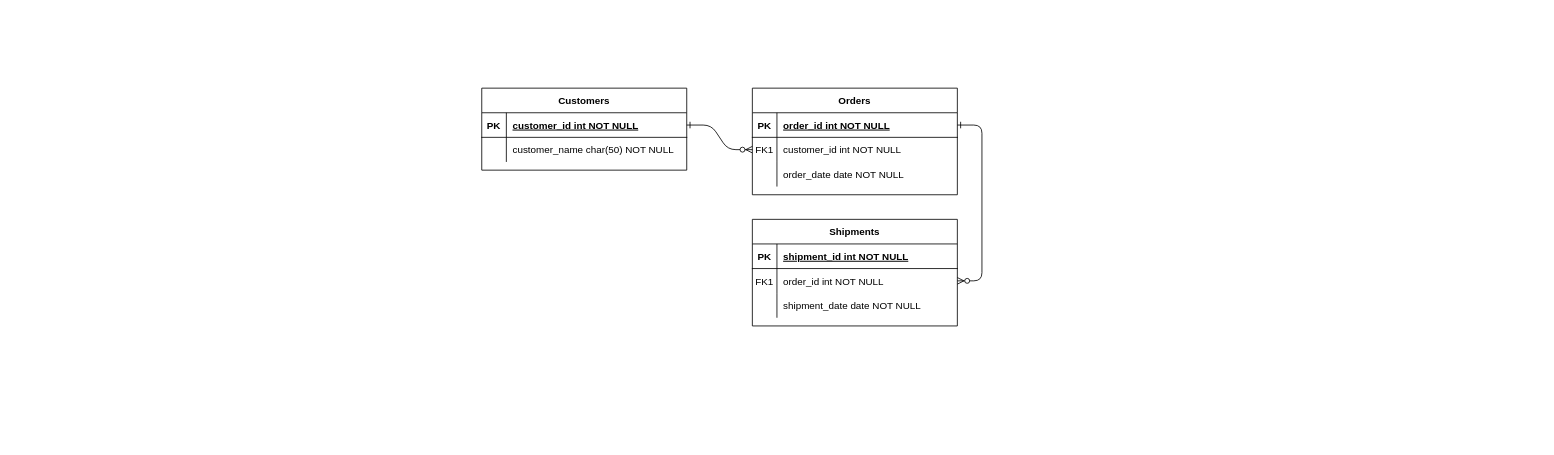
Above: get-aboard.drawio in webtaken/get-aboard (draw.io), before the change. Source tidied: cells renumbered, new cells numbered last; positions are measured from the earlier drawing's top-left corner, leaving out a move shared by most shapes. Both pictures are drawn from the tidied source at 82%, with x=0, y=0 at pixel (481, 88).
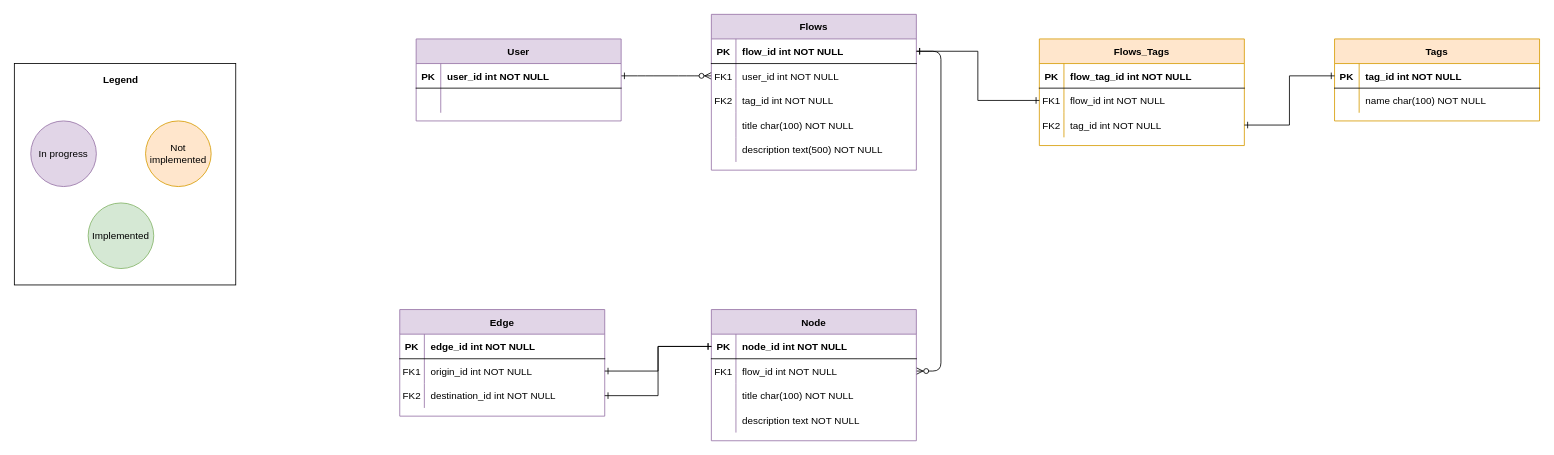
Above is the later version.

Unchanged cells that the change refers to:
```xml
<mxCell id="5" style="shape=partialRectangle;fillColor=none;points=[[0,0.5],[1,0.5]];portConstraint=eastwest;top=0;left=0;right=0;bottom=1;" parent="4" vertex="1">
  <mxGeometry y="30" width="250" height="30" as="geometry" />
</mxCell>
<mxCell id="8" style="shape=partialRectangle;fillColor=none;points=[[0,0.5],[1,0.5]];portConstraint=eastwest;top=0;left=0;right=0;bottom=0;" parent="4" vertex="1">
  <mxGeometry y="60" width="250" height="30" as="geometry" />
</mxCell>
<mxCell id="15" style="shape=partialRectangle;fillColor=none;points=[[0,0.5],[1,0.5]];portConstraint=eastwest;top=0;left=0;right=0;bottom=1;" parent="14" vertex="1">
  <mxGeometry y="30" width="250" height="30" as="geometry" />
</mxCell>
<mxCell id="18" style="shape=partialRectangle;fillColor=none;points=[[0,0.5],[1,0.5]];portConstraint=eastwest;top=0;left=0;right=0;bottom=0;" parent="14" vertex="1">
  <mxGeometry y="60" width="250" height="30" as="geometry" />
</mxCell>
<mxCell id="21" style="shape=partialRectangle;fillColor=none;top=0;left=0;right=0;bottom=0;" parent="14" vertex="1">
  <mxGeometry y="90" width="250" height="30" as="geometry" />
</mxCell>
<mxCell id="25" style="shape=partialRectangle;fillColor=none;points=[[0,0.5],[1,0.5]];portConstraint=eastwest;top=0;left=0;right=0;bottom=1;" parent="24" vertex="1">
  <mxGeometry y="30" width="250" height="30" as="geometry" />
</mxCell>
<mxCell id="28" style="shape=partialRectangle;fillColor=none;top=0;left=0;right=0;bottom=0;" parent="24" vertex="1">
  <mxGeometry y="60" width="250" height="30" as="geometry" />
</mxCell>
```

Diff of the diagram source:
```diff
@@
+    <mxCell id="31" style="rounded=0;whiteSpace=wrap;html=1;" parent="1" vertex="1">
+      <mxGeometry x="-570" y="-30" width="270" height="270" as="geometry" />
+    </mxCell>
@@
-    <mxCell id="4" value="Orders" style="shape=table;startSize=30;childLayout=tableLayout;rowLines=0;fontStyle=1;align=center;" parent="1" vertex="1">
-      <mxGeometry x="330" width="250" height="130" as="geometry" />
+    <mxCell id="4" value="Flows" style="shape=table;startSize=30;childLayout=tableLayout;rowLines=0;fontStyle=1;align=center;fillColor=#e1d5e7;strokeColor=#9673a6;" parent="1" vertex="1">
+      <mxGeometry x="280" y="-90" width="250" height="190" as="geometry" />
     </mxCell>
@@
-    <mxCell id="7" value="order_id int NOT NULL " style="shape=partialRectangle;overflow=hidden;fillColor=none;top=0;left=0;bottom=0;right=0;align=left;spacingLeft=6;fontStyle=5;" parent="5" vertex="1">
+    <mxCell id="7" value="flow_id int NOT NULL " style="shape=partialRectangle;overflow=hidden;fillColor=none;top=0;left=0;bottom=0;right=0;align=left;spacingLeft=6;fontStyle=1;" parent="5" vertex="1">
       <mxGeometry x="30" width="220" height="30" as="geometry" />
     </mxCell>
@@
-    <mxCell id="10" value="customer_id int NOT NULL" style="shape=partialRectangle;overflow=hidden;fillColor=none;top=0;left=0;bottom=0;right=0;align=left;spacingLeft=6;" parent="8" vertex="1">
+    <mxCell id="10" value="user_id int NOT NULL" style="shape=partialRectangle;overflow=hidden;fillColor=none;top=0;left=0;bottom=0;right=0;align=left;spacingLeft=6;" parent="8" vertex="1">
       <mxGeometry x="30" width="220" height="30" as="geometry" />
     </mxCell>
+    <mxCell id="32" style="shape=partialRectangle;fillColor=none;top=0;left=0;right=0;bottom=0;" parent="4" vertex="1">
+      <mxGeometry y="90" width="250" height="30" as="geometry" />
+    </mxCell>
+    <mxCell id="33" value="FK2" style="shape=partialRectangle;overflow=hidden;fillColor=none;top=0;left=0;bottom=0;right=0;" parent="32" vertex="1">
+      <mxGeometry width="30" height="30" as="geometry" />
+    </mxCell>
+    <mxCell id="34" value="tag_id int NOT NULL" style="shape=partialRectangle;overflow=hidden;fillColor=none;top=0;left=0;bottom=0;right=0;align=left;spacingLeft=6;" parent="32" vertex="1">
+      <mxGeometry x="30" width="220" height="30" as="geometry" />
+    </mxCell>
     <mxCell id="11" style="shape=partialRectangle;fillColor=none;top=0;left=0;right=0;bottom=0;" parent="4" vertex="1">
-      <mxGeometry y="90" width="250" height="30" as="geometry" />
+      <mxGeometry y="120" width="250" height="30" as="geometry" />
     </mxCell>
@@
-    <mxCell id="13" value="order_date date NOT NULL" style="shape=partialRectangle;overflow=hidden;fillColor=none;top=0;left=0;bottom=0;right=0;align=left;spacingLeft=6;" parent="11" vertex="1">
+    <mxCell id="13" value="title char(100) NOT NULL" style="shape=partialRectangle;overflow=hidden;fillColor=none;top=0;left=0;bottom=0;right=0;align=left;spacingLeft=6;" parent="11" vertex="1">
       <mxGeometry x="30" width="220" height="30" as="geometry" />
     </mxCell>
+    <mxCell id="35" style="shape=partialRectangle;fillColor=none;top=0;left=0;right=0;bottom=0;perimeterSpacing=2;" parent="4" vertex="1">
+      <mxGeometry y="150" width="250" height="30" as="geometry" />
+    </mxCell>
+    <mxCell id="36" style="shape=partialRectangle;overflow=hidden;fillColor=none;top=0;left=0;bottom=0;right=0;" parent="35" vertex="1">
+      <mxGeometry width="30" height="30" as="geometry" />
+    </mxCell>
+    <mxCell id="37" value="description text(500) NOT NULL" style="shape=partialRectangle;overflow=hidden;fillColor=none;top=0;left=0;bottom=0;right=0;align=left;spacingLeft=6;strokeWidth=3;" parent="35" vertex="1">
+      <mxGeometry x="30" width="220" height="30" as="geometry" />
+    </mxCell>
-    <mxCell id="14" value="Shipments" style="shape=table;startSize=30;childLayout=tableLayout;rowLines=0;fontStyle=1;align=center;" parent="1" vertex="1">
-      <mxGeometry x="330" y="160" width="250" height="130" as="geometry" />
+    <mxCell id="14" value="Node" style="shape=table;startSize=30;childLayout=tableLayout;rowLines=0;fontStyle=1;align=center;fillColor=#e1d5e7;strokeColor=#9673a6;" parent="1" vertex="1">
+      <mxGeometry x="280" y="270" width="250" height="160" as="geometry" />
     </mxCell>
@@
-    <mxCell id="17" value="shipment_id int NOT NULL " style="shape=partialRectangle;overflow=hidden;fillColor=none;top=0;left=0;bottom=0;right=0;align=left;spacingLeft=6;fontStyle=5;" parent="15" vertex="1">
+    <mxCell id="17" value="node_id int NOT NULL " style="shape=partialRectangle;overflow=hidden;fillColor=none;top=0;left=0;bottom=0;right=0;align=left;spacingLeft=6;fontStyle=1;" parent="15" vertex="1">
       <mxGeometry x="30" width="220" height="30" as="geometry" />
     </mxCell>
@@
-    <mxCell id="20" value="order_id int NOT NULL" style="shape=partialRectangle;overflow=hidden;fillColor=none;top=0;left=0;bottom=0;right=0;align=left;spacingLeft=6;" parent="18" vertex="1">
+    <mxCell id="20" value="flow_id int NOT NULL" style="shape=partialRectangle;overflow=hidden;fillColor=none;top=0;left=0;bottom=0;right=0;align=left;spacingLeft=6;" parent="18" vertex="1">
       <mxGeometry x="30" width="220" height="30" as="geometry" />
     </mxCell>
@@
-    <mxCell id="23" value="shipment_date date NOT NULL" style="shape=partialRectangle;overflow=hidden;fillColor=none;top=0;left=0;bottom=0;right=0;align=left;spacingLeft=6;" parent="21" vertex="1">
+    <mxCell id="23" value="title char(100) NOT NULL" style="shape=partialRectangle;overflow=hidden;fillColor=none;top=0;left=0;bottom=0;right=0;align=left;spacingLeft=6;" parent="21" vertex="1">
       <mxGeometry x="30" width="220" height="30" as="geometry" />
     </mxCell>
+    <mxCell id="38" style="shape=partialRectangle;fillColor=none;top=0;left=0;right=0;bottom=0;" parent="14" vertex="1">
+      <mxGeometry y="120" width="250" height="30" as="geometry" />
+    </mxCell>
+    <mxCell id="39" style="shape=partialRectangle;overflow=hidden;fillColor=none;top=0;left=0;bottom=0;right=0;" parent="38" vertex="1">
+      <mxGeometry width="30" height="30" as="geometry" />
+    </mxCell>
+    <mxCell id="40" value="description text NOT NULL" style="shape=partialRectangle;overflow=hidden;fillColor=none;top=0;left=0;bottom=0;right=0;align=left;spacingLeft=6;" parent="38" vertex="1">
+      <mxGeometry x="30" width="220" height="30" as="geometry" />
+    </mxCell>
-    <mxCell id="24" value="Customers" style="shape=table;startSize=30;childLayout=tableLayout;rowLines=0;fontStyle=1;align=center;" parent="1" vertex="1">
-      <mxGeometry width="250" height="100" as="geometry" />
+    <mxCell id="24" value="User" style="shape=table;startSize=30;childLayout=tableLayout;rowLines=0;fontStyle=1;align=center;fillColor=#e1d5e7;strokeColor=#9673a6;" parent="1" vertex="1">
+      <mxGeometry x="-80" y="-60" width="250" height="100" as="geometry" />
     </mxCell>
@@
-    <mxCell id="27" value="customer_id int NOT NULL " style="shape=partialRectangle;overflow=hidden;fillColor=none;top=0;left=0;bottom=0;right=0;align=left;spacingLeft=6;fontStyle=5;" parent="25" vertex="1">
+    <mxCell id="27" value="user_id int NOT NULL" style="shape=partialRectangle;overflow=hidden;fillColor=none;top=0;left=0;bottom=0;right=0;align=left;spacingLeft=6;fontStyle=1;" parent="25" vertex="1">
       <mxGeometry x="30" width="220" height="30" as="geometry" />
     </mxCell>
@@
-    <mxCell id="30" value="customer_name char(50) NOT NULL" style="shape=partialRectangle;overflow=hidden;fillColor=none;top=0;left=0;bottom=0;right=0;align=left;spacingLeft=6;" parent="28" vertex="1">
+    <mxCell id="30" style="shape=partialRectangle;overflow=hidden;fillColor=none;top=0;left=0;bottom=0;right=0;align=left;spacingLeft=6;" parent="28" vertex="1">
       <mxGeometry x="30" width="220" height="30" as="geometry" />
     </mxCell>
+    <mxCell id="41" value="Tags" style="shape=table;startSize=30;childLayout=tableLayout;rowLines=0;fontStyle=1;align=center;fillColor=#ffe6cc;strokeColor=#d79b00;" parent="1" vertex="1">
+      <mxGeometry x="1040" y="-60" width="250" height="100" as="geometry" />
+    </mxCell>
+    <mxCell id="42" style="shape=partialRectangle;fillColor=none;points=[[0,0.5],[1,0.5]];portConstraint=eastwest;top=0;left=0;right=0;bottom=1;" parent="41" vertex="1">
+      <mxGeometry y="30" width="250" height="30" as="geometry" />
+    </mxCell>
+    <mxCell id="43" value="PK" style="shape=partialRectangle;overflow=hidden;fillColor=none;top=0;left=0;bottom=0;right=0;fontStyle=1;" parent="42" vertex="1">
+      <mxGeometry width="30" height="30" as="geometry" />
+    </mxCell>
+    <mxCell id="44" value="tag_id int NOT NULL " style="shape=partialRectangle;overflow=hidden;fillColor=none;top=0;left=0;bottom=0;right=0;align=left;spacingLeft=6;fontStyle=1;" parent="42" vertex="1">
+      <mxGeometry x="30" width="220" height="30" as="geometry" />
+    </mxCell>
+    <mxCell id="45" style="shape=partialRectangle;fillColor=none;top=0;left=0;right=0;bottom=0;" parent="41" vertex="1">
+      <mxGeometry y="60" width="250" height="30" as="geometry" />
+    </mxCell>
+    <mxCell id="46" style="shape=partialRectangle;overflow=hidden;fillColor=none;top=0;left=0;bottom=0;right=0;" parent="45" vertex="1">
+      <mxGeometry width="30" height="30" as="geometry" />
+    </mxCell>
+    <mxCell id="47" value="name char(100) NOT NULL" style="shape=partialRectangle;overflow=hidden;fillColor=none;top=0;left=0;bottom=0;right=0;align=left;spacingLeft=6;" parent="45" vertex="1">
+      <mxGeometry x="30" width="220" height="30" as="geometry" />
+    </mxCell>
+    <mxCell id="48" value="Flows_Tags" style="shape=table;startSize=30;childLayout=tableLayout;rowLines=0;fontStyle=1;align=center;fillColor=#ffe6cc;strokeColor=#d79b00;" parent="1" vertex="1">
+      <mxGeometry x="680" y="-60" width="250" height="130" as="geometry" />
+    </mxCell>
+    <mxCell id="49" style="shape=partialRectangle;fillColor=none;top=0;left=0;right=0;bottom=1;" parent="48" vertex="1">
+      <mxGeometry y="30" width="250" height="30" as="geometry" />
+    </mxCell>
+    <mxCell id="50" value="PK" style="shape=partialRectangle;overflow=hidden;fillColor=none;top=0;left=0;bottom=0;right=0;fontStyle=1;" parent="49" vertex="1">
+      <mxGeometry width="30" height="30" as="geometry" />
+    </mxCell>
+    <mxCell id="51" value="flow_tag_id int NOT NULL " style="shape=partialRectangle;overflow=hidden;fillColor=none;top=0;left=0;bottom=0;right=0;align=left;spacingLeft=6;fontStyle=1;" parent="49" vertex="1">
+      <mxGeometry x="30" width="220" height="30" as="geometry" />
+    </mxCell>
+    <mxCell id="52" style="shape=partialRectangle;fillColor=none;points=[[0,0.5],[1,0.5]];portConstraint=eastwest;top=0;left=0;right=0;bottom=0;" parent="48" vertex="1">
+      <mxGeometry y="60" width="250" height="30" as="geometry" />
+    </mxCell>
+    <mxCell id="53" value="FK1" style="shape=partialRectangle;overflow=hidden;fillColor=none;top=0;left=0;bottom=0;right=0;" parent="52" vertex="1">
+      <mxGeometry width="30" height="30" as="geometry" />
+    </mxCell>
+    <mxCell id="54" value="flow_id int NOT NULL" style="shape=partialRectangle;overflow=hidden;fillColor=none;top=0;left=0;bottom=0;right=0;align=left;spacingLeft=6;" parent="52" vertex="1">
+      <mxGeometry x="30" width="220" height="30" as="geometry" />
+    </mxCell>
+    <mxCell id="55" style="shape=partialRectangle;fillColor=none;points=[[0,0.5],[1,0.5]];portConstraint=eastwest;top=0;left=0;right=0;bottom=0;" parent="48" vertex="1">
+      <mxGeometry y="90" width="250" height="30" as="geometry" />
+    </mxCell>
+    <mxCell id="56" value="FK2" style="shape=partialRectangle;overflow=hidden;fillColor=none;top=0;left=0;bottom=0;right=0;" parent="55" vertex="1">
+      <mxGeometry width="30" height="30" as="geometry" />
+    </mxCell>
+    <mxCell id="57" value="tag_id int NOT NULL" style="shape=partialRectangle;overflow=hidden;fillColor=none;top=0;left=0;bottom=0;right=0;align=left;spacingLeft=6;" parent="55" vertex="1">
+      <mxGeometry x="30" width="220" height="30" as="geometry" />
+    </mxCell>
+    <mxCell id="58" style="edgeStyle=orthogonalEdgeStyle;rounded=0;jettySize=auto;html=1;exitX=1;exitY=0.5;exitDx=0;exitDy=0;entryX=0;entryY=0.5;entryDx=0;entryDy=0;endArrow=ERone;endFill=0;startArrow=ERone;startFill=0;" parent="1" edge="1" source="55" target="42">
+      <mxGeometry relative="1" as="geometry" />
+    </mxCell>
+    <mxCell id="59" style="edgeStyle=orthogonalEdgeStyle;rounded=0;jettySize=auto;html=1;exitX=1;exitY=0.5;exitDx=0;exitDy=0;entryX=0;entryY=0.5;entryDx=0;entryDy=0;endArrow=ERone;endFill=0;startArrow=ERone;startFill=0;" parent="1" edge="1" source="5" target="52">
+      <mxGeometry relative="1" as="geometry" />
+    </mxCell>
+    <mxCell id="60" value="Not implemented" style="ellipse;whiteSpace=wrap;html=1;fillColor=#ffe6cc;strokeColor=#d79b00;" parent="1" vertex="1">
+      <mxGeometry x="-410" y="40" width="80" height="80" as="geometry" />
+    </mxCell>
+    <mxCell id="61" value="In progress" style="ellipse;whiteSpace=wrap;html=1;fillColor=#e1d5e7;strokeColor=#9673a6;" parent="1" vertex="1">
+      <mxGeometry x="-550" y="40" width="80" height="80" as="geometry" />
+    </mxCell>
+    <mxCell id="62" value="&lt;b&gt;Legend&lt;/b&gt;" style="text;html=1;strokeColor=none;fillColor=none;align=center;verticalAlign=middle;whiteSpace=wrap;rounded=0;" parent="1" vertex="1">
+      <mxGeometry x="-470" y="-25" width="60" height="30" as="geometry" />
+    </mxCell>
+    <mxCell id="63" value="Implemented" style="ellipse;whiteSpace=wrap;html=1;fillColor=#d5e8d4;strokeColor=#82b366;" parent="1" vertex="1">
+      <mxGeometry x="-480" y="140" width="80" height="80" as="geometry" />
+    </mxCell>
+    <mxCell id="64" value="Edge" style="shape=table;startSize=30;childLayout=tableLayout;rowLines=0;fontStyle=1;align=center;fillColor=#e1d5e7;strokeColor=#9673a6;" parent="1" vertex="1">
+      <mxGeometry x="-100" y="270" width="250" height="130" as="geometry" />
+    </mxCell>
+    <mxCell id="65" style="shape=partialRectangle;fillColor=none;top=0;left=0;right=0;bottom=1;" parent="64" vertex="1">
+      <mxGeometry y="30" width="250" height="30" as="geometry" />
+    </mxCell>
+    <mxCell id="66" value="PK" style="shape=partialRectangle;overflow=hidden;fillColor=none;top=0;left=0;bottom=0;right=0;fontStyle=1;" parent="65" vertex="1">
+      <mxGeometry width="30" height="30" as="geometry" />
+    </mxCell>
+    <mxCell id="67" value="edge_id int NOT NULL " style="shape=partialRectangle;overflow=hidden;fillColor=none;top=0;left=0;bottom=0;right=0;align=left;spacingLeft=6;fontStyle=1;" parent="65" vertex="1">
+      <mxGeometry x="30" width="220" height="30" as="geometry" />
+    </mxCell>
+    <mxCell id="68" style="shape=partialRectangle;fillColor=none;points=[[0,0.5],[1,0.5]];portConstraint=eastwest;top=0;left=0;right=0;bottom=0;" parent="64" vertex="1">
+      <mxGeometry y="60" width="250" height="30" as="geometry" />
+    </mxCell>
+    <mxCell id="69" value="FK1" style="shape=partialRectangle;overflow=hidden;fillColor=none;top=0;left=0;bottom=0;right=0;" parent="68" vertex="1">
+      <mxGeometry width="30" height="30" as="geometry" />
+    </mxCell>
+    <mxCell id="70" value="origin_id int NOT NULL" style="shape=partialRectangle;overflow=hidden;fillColor=none;top=0;left=0;bottom=0;right=0;align=left;spacingLeft=6;" parent="68" vertex="1">
+      <mxGeometry x="30" width="220" height="30" as="geometry" />
+    </mxCell>
+    <mxCell id="71" style="shape=partialRectangle;fillColor=none;points=[[0,0.5],[1,0.5]];portConstraint=eastwest;top=0;left=0;right=0;bottom=0;" parent="64" vertex="1">
+      <mxGeometry y="90" width="250" height="30" as="geometry" />
+    </mxCell>
+    <mxCell id="72" value="FK2" style="shape=partialRectangle;overflow=hidden;fillColor=none;top=0;left=0;bottom=0;right=0;" parent="71" vertex="1">
+      <mxGeometry width="30" height="30" as="geometry" />
+    </mxCell>
+    <mxCell id="73" value="destination_id int NOT NULL" style="shape=partialRectangle;overflow=hidden;fillColor=none;top=0;left=0;bottom=0;right=0;align=left;spacingLeft=6;" parent="71" vertex="1">
+      <mxGeometry x="30" width="220" height="30" as="geometry" />
+    </mxCell>
+    <mxCell id="74" style="edgeStyle=orthogonalEdgeStyle;rounded=0;jettySize=auto;html=1;exitX=0;exitY=0.5;exitDx=0;exitDy=0;entryX=1;entryY=0.5;entryDx=0;entryDy=0;endArrow=ERone;endFill=0;startArrow=ERone;startFill=0;" parent="1" edge="1" source="15" target="68">
+      <mxGeometry relative="1" as="geometry" />
+    </mxCell>
+    <mxCell id="75" style="edgeStyle=orthogonalEdgeStyle;rounded=0;jettySize=auto;html=1;exitX=0;exitY=0.5;exitDx=0;exitDy=0;entryX=1;entryY=0.5;entryDx=0;entryDy=0;endArrow=ERone;endFill=0;startArrow=ERone;startFill=0;" parent="1" edge="1" source="15" target="71">
+      <mxGeometry relative="1" as="geometry" />
+    </mxCell>
```
